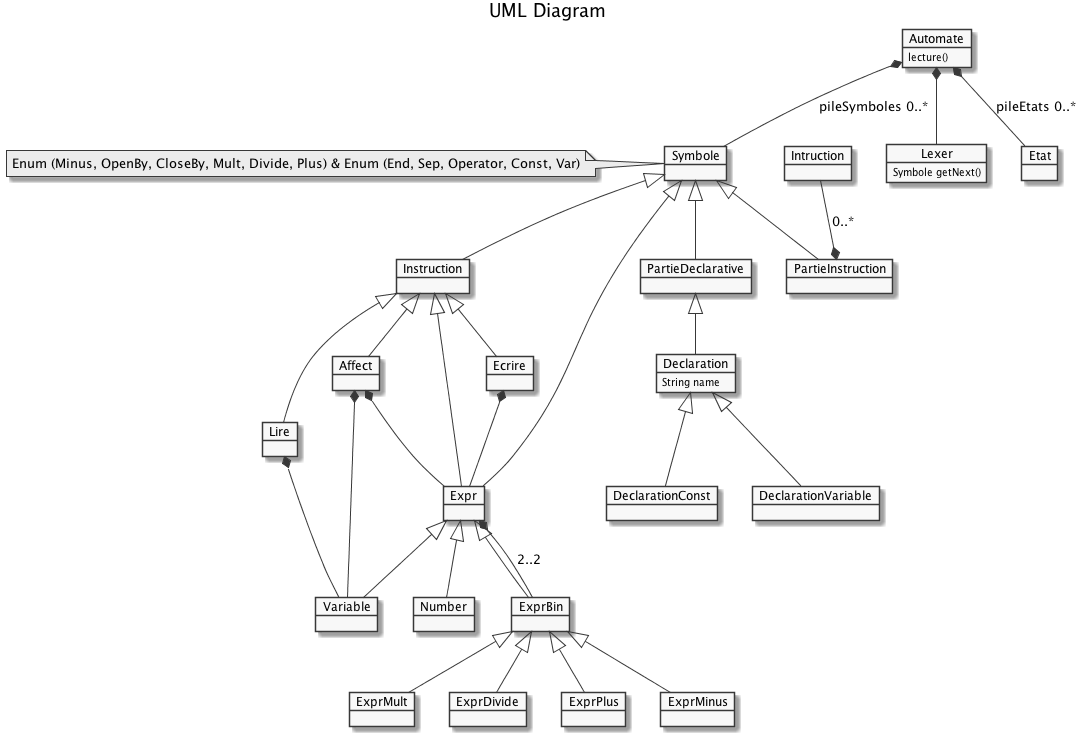
Earlier version of the PlantUML export UML/diagram.png (HexanomeBeurreTwo/LutinLangInterperter).
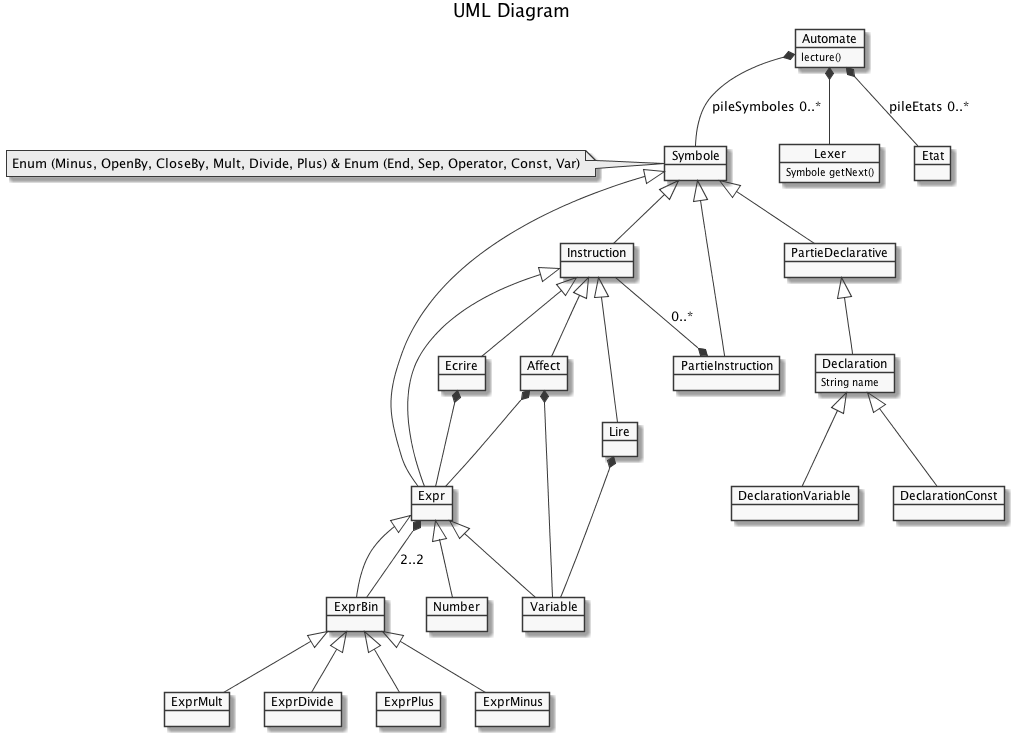
Above is the later version.

Commit message:
'Instruction' box correction

Change to the diagram source:
```diff
@@ -60,7 +60,7 @@
 Declaration <|-- DeclarationVariable
 Declaration <|-- DeclarationConst
 
-Intruction --* PartieInstruction : 0..*
+Instruction --* PartieInstruction : 0..*
 Instruction <|-- Affect
 Instruction <|-- Lire
 Instruction <|-- Ecrire
```
